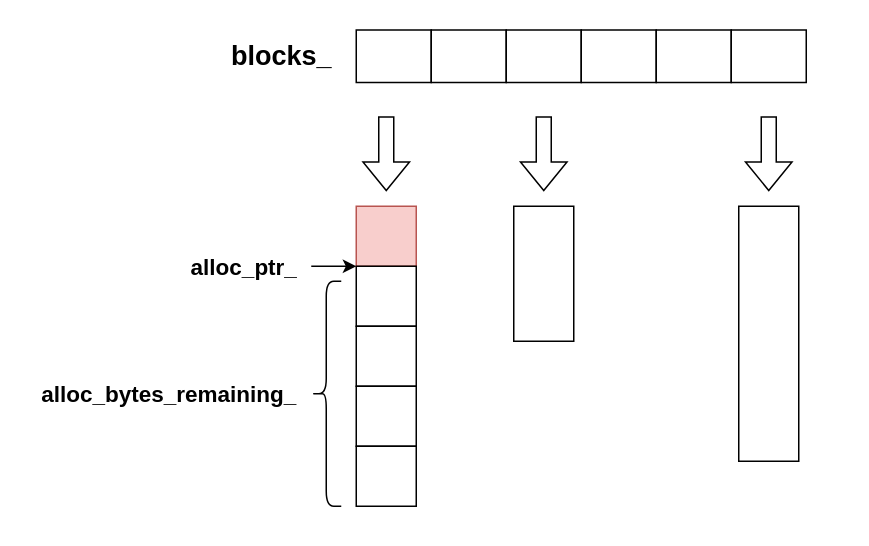
Jev0987/drawioFile keeps this draw.io diagram as levelDB学习.drawio. Above is the earlier version. Source tidied: cells renumbered, new cells numbered last; positions are measured from the earlier drawing's top-left corner, leaving out a move shared by most shapes. Both pictures are drawn from the tidied source at 150%, with x=0, y=0 at pixel (26, 26).
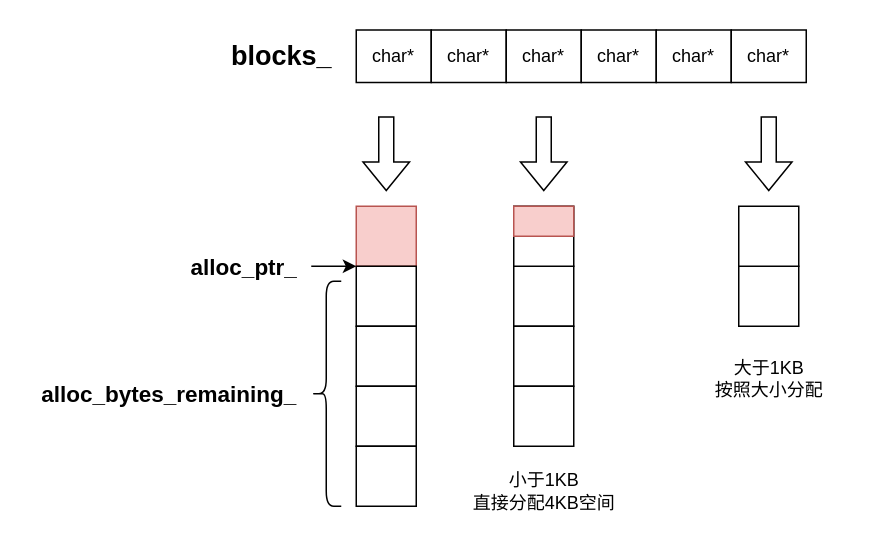
The same diagram, later.

What changed in the source:
```diff
@@
-    <mxCell id="2" style="rounded=0;whiteSpace=wrap;html=1;" parent="1" vertex="1">
+    <mxCell id="2" value="char*" style="rounded=0;whiteSpace=wrap;html=1;" parent="1" vertex="1">
       <mxGeometry x="220" y="2.5" width="50" height="35" as="geometry" />
     </mxCell>
@@
-    <mxCell id="4" style="rounded=0;whiteSpace=wrap;html=1;" parent="1" vertex="1">
+    <mxCell id="4" value="char*" style="rounded=0;whiteSpace=wrap;html=1;" parent="1" vertex="1">
       <mxGeometry x="270" y="2.5" width="50" height="35" as="geometry" />
     </mxCell>
-    <mxCell id="5" style="rounded=0;whiteSpace=wrap;html=1;" parent="1" vertex="1">
+    <mxCell id="5" value="char*" style="rounded=0;whiteSpace=wrap;html=1;" parent="1" vertex="1">
       <mxGeometry x="320" y="2.5" width="50" height="35" as="geometry" />
     </mxCell>
-    <mxCell id="6" style="rounded=0;whiteSpace=wrap;html=1;" parent="1" vertex="1">
+    <mxCell id="6" value="char*" style="rounded=0;whiteSpace=wrap;html=1;" parent="1" vertex="1">
       <mxGeometry x="370" y="2.5" width="50" height="35" as="geometry" />
     </mxCell>
-    <mxCell id="7" style="rounded=0;whiteSpace=wrap;html=1;" parent="1" vertex="1">
+    <mxCell id="7" value="char*" style="rounded=0;whiteSpace=wrap;html=1;" parent="1" vertex="1">
       <mxGeometry x="420" y="2.5" width="50" height="35" as="geometry" />
     </mxCell>
-    <mxCell id="8" style="rounded=0;whiteSpace=wrap;html=1;" parent="1" vertex="1">
+    <mxCell id="8" value="char*" style="rounded=0;whiteSpace=wrap;html=1;" parent="1" vertex="1">
       <mxGeometry x="470" y="2.5" width="50" height="35" as="geometry" />
     </mxCell>
@@
-    <mxCell id="12" style="rounded=0;whiteSpace=wrap;html=1;" parent="1" vertex="1">
-      <mxGeometry x="325" y="120" width="40" height="90" as="geometry" />
-    </mxCell>
@@
-    <mxCell id="14" style="rounded=0;whiteSpace=wrap;html=1;" parent="1" vertex="1">
-      <mxGeometry x="475" y="120" width="40" height="170" as="geometry" />
-    </mxCell>
@@
+    <mxCell id="23" style="rounded=0;whiteSpace=wrap;html=1;" parent="1" vertex="1">
+      <mxGeometry x="325" y="160" width="40" height="40" as="geometry" />
+    </mxCell>
+    <mxCell id="24" style="rounded=0;whiteSpace=wrap;html=1;" parent="1" vertex="1">
+      <mxGeometry x="325" y="200" width="40" height="40" as="geometry" />
+    </mxCell>
+    <mxCell id="25" style="rounded=0;whiteSpace=wrap;html=1;" parent="1" vertex="1">
+      <mxGeometry x="325" y="240" width="40" height="40" as="geometry" />
+    </mxCell>
+    <mxCell id="26" value="小于1KB&lt;div&gt;直接分配4KB空间&lt;/div&gt;" style="text;html=1;align=center;verticalAlign=middle;strokeColor=none;fillColor=none;" parent="1" vertex="1">
+      <mxGeometry x="285" y="290" width="120" height="40" as="geometry" />
+    </mxCell>
+    <mxCell id="27" style="rounded=0;whiteSpace=wrap;html=1;" parent="1" vertex="1">
+      <mxGeometry x="325" y="120" width="40" height="40" as="geometry" />
+    </mxCell>
+    <mxCell id="28" style="rounded=0;whiteSpace=wrap;html=1;" parent="1" vertex="1">
+      <mxGeometry x="475" y="160" width="40" height="40" as="geometry" />
+    </mxCell>
+    <mxCell id="29" style="rounded=0;whiteSpace=wrap;html=1;" parent="1" vertex="1">
+      <mxGeometry x="475" y="120" width="40" height="40" as="geometry" />
+    </mxCell>
+    <mxCell id="30" value="大于1KB&lt;div&gt;按照大小分配&lt;/div&gt;" style="text;html=1;align=center;verticalAlign=middle;strokeColor=none;fillColor=none;" parent="1" vertex="1">
+      <mxGeometry x="445" y="215" width="100" height="40" as="geometry" />
+    </mxCell>
+    <mxCell id="31" style="rounded=0;whiteSpace=wrap;html=1;fillColor=#f8cecc;strokeColor=#b85450;" parent="1" vertex="1">
+      <mxGeometry x="325" y="120" width="40" height="20" as="geometry" />
+    </mxCell>
```
